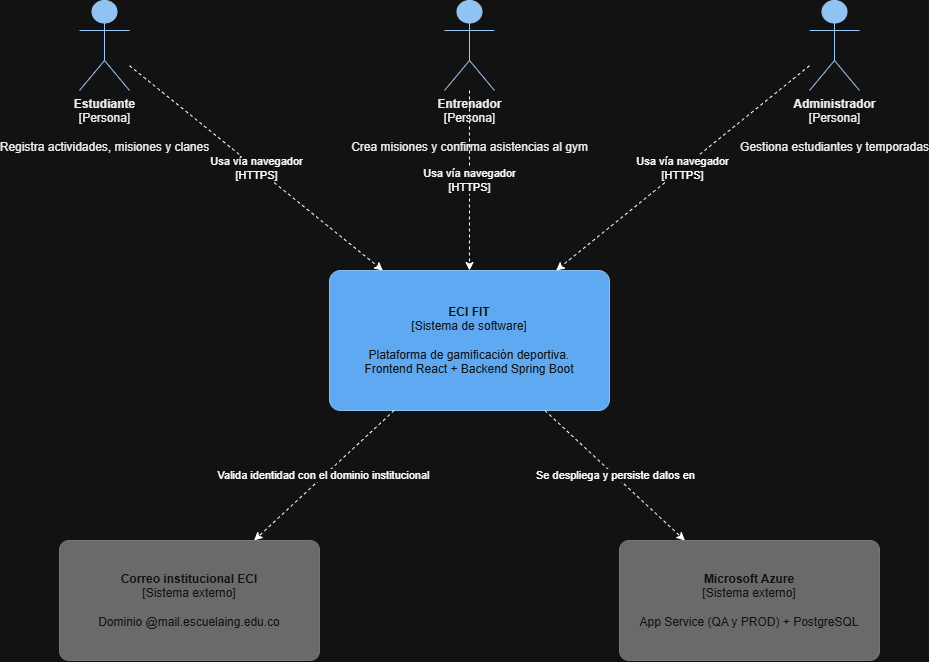
Before: docs/diagramas/contexto-c4.png, a diagram exported from draw.io (ECI-FIT/ecifit-backend). Source tidied: cells renumbered, new cells last; positions are measured from the earlier drawing's top-left corner, leaving out a move shared by most shapes. The source it was exported from:
```xml
<mxGraphModel>
  <root>
    <mxCell id="0" />
    <mxCell id="1" parent="0" />
    <mxCell id="2" value="&lt;b&gt;Estudiante&lt;/b&gt;&lt;br&gt;[Persona]&lt;br&gt;&lt;br&gt;Registra actividades, misiones y clanes" style="shape=umlActor;verticalLabelPosition=bottom;verticalAlign=top;html=1;fillColor=#08427b;strokeColor=#073b6f;fontColor=#000000;" parent="1" vertex="1">
      <mxGeometry x="20" width="50" height="90" as="geometry" />
    </mxCell>
    <mxCell id="3" value="&lt;b&gt;Entrenador&lt;/b&gt;&lt;br&gt;[Persona]&lt;br&gt;&lt;br&gt;Crea misiones y confirma asistencias al gym" style="shape=umlActor;verticalLabelPosition=bottom;verticalAlign=top;html=1;fillColor=#08427b;strokeColor=#073b6f;fontColor=#000000;" parent="1" vertex="1">
      <mxGeometry x="385" width="50" height="90" as="geometry" />
    </mxCell>
    <mxCell id="4" value="&lt;b&gt;Administrador&lt;/b&gt;&lt;br&gt;[Persona]&lt;br&gt;&lt;br&gt;Gestiona estudiantes y temporadas" style="shape=umlActor;verticalLabelPosition=bottom;verticalAlign=top;html=1;fillColor=#08427b;strokeColor=#073b6f;fontColor=#000000;" parent="1" vertex="1">
      <mxGeometry x="750" width="50" height="90" as="geometry" />
    </mxCell>
    <mxCell id="5" value="&lt;b&gt;ECI FIT&lt;/b&gt;&lt;br&gt;[Sistema de software]&lt;br&gt;&lt;br&gt;Plataforma de gamificación deportiva.&lt;br&gt;Frontend React + Backend Spring Boot" style="rounded=1;whiteSpace=wrap;html=1;fillColor=#1168bd;strokeColor=#0b4884;fontColor=#ffffff;arcSize=8;" parent="1" vertex="1">
      <mxGeometry x="270" y="270" width="280" height="140" as="geometry" />
    </mxCell>
    <mxCell id="6" value="&lt;b&gt;Correo institucional ECI&lt;/b&gt;&lt;br&gt;[Sistema externo]&lt;br&gt;&lt;br&gt;Dominio @mail.escuelaing.edu.co" style="rounded=1;whiteSpace=wrap;html=1;fillColor=#999999;strokeColor=#8a8a8a;fontColor=#ffffff;arcSize=8;" parent="1" vertex="1">
      <mxGeometry y="540" width="260" height="120" as="geometry" />
    </mxCell>
    <mxCell id="7" value="&lt;b&gt;Microsoft Azure&lt;/b&gt;&lt;br&gt;[Sistema externo]&lt;br&gt;&lt;br&gt;App Service (QA y PROD) + PostgreSQL" style="rounded=1;whiteSpace=wrap;html=1;fillColor=#999999;strokeColor=#8a8a8a;fontColor=#ffffff;arcSize=8;" parent="1" vertex="1">
      <mxGeometry x="560" y="540" width="260" height="120" as="geometry" />
    </mxCell>
    <mxCell id="8" value="Usa vía navegador&lt;br&gt;[HTTPS]" style="endArrow=classic;html=1;rounded=0;dashed=1;" parent="1" edge="1" source="2" target="5">
      <mxGeometry relative="1" as="geometry" />
    </mxCell>
    <mxCell id="9" value="Usa vía navegador&lt;br&gt;[HTTPS]" style="endArrow=classic;html=1;rounded=0;dashed=1;" parent="1" edge="1" source="3" target="5">
      <mxGeometry relative="1" as="geometry" />
    </mxCell>
    <mxCell id="10" value="Usa vía navegador&lt;br&gt;[HTTPS]" style="endArrow=classic;html=1;rounded=0;dashed=1;" parent="1" edge="1" source="4" target="5">
      <mxGeometry relative="1" as="geometry" />
    </mxCell>
    <mxCell id="11" value="Valida identidad con el dominio institucional" style="endArrow=classic;html=1;rounded=0;dashed=1;" parent="1" edge="1" source="5" target="6">
      <mxGeometry relative="1" as="geometry" />
    </mxCell>
    <mxCell id="12" value="Se despliega y persiste datos en" style="endArrow=classic;html=1;rounded=0;dashed=1;" parent="1" edge="1" source="5" target="7">
      <mxGeometry relative="1" as="geometry" />
    </mxCell>
  </root>
</mxGraphModel>
```
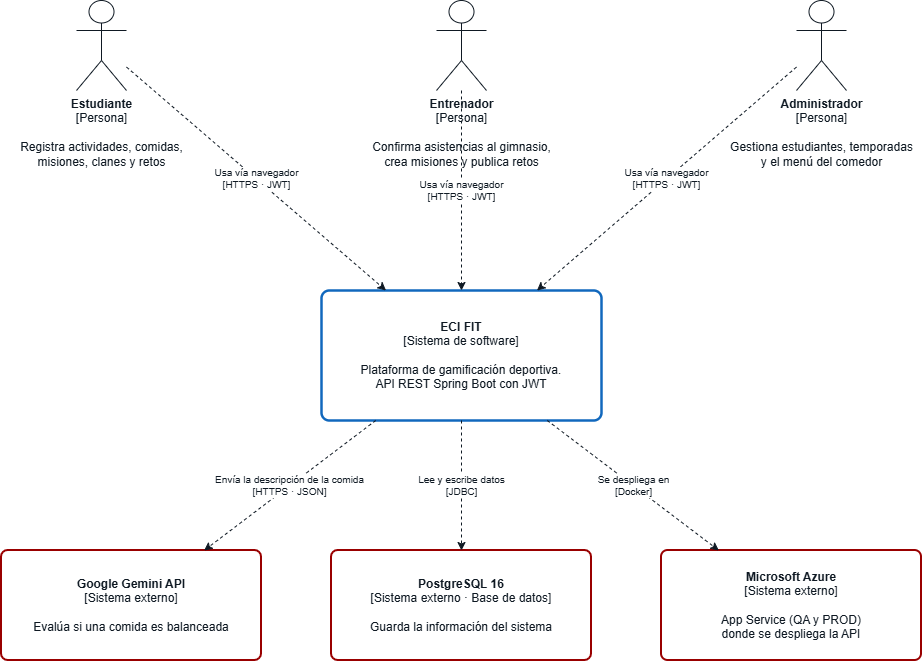
Later version of the same file.

Diff of the diagram source:
```diff
@@ -1,39 +1,45 @@
-<mxGraphModel>
+<mxGraphModel background="#FFFFFF">
   <root>
     <mxCell id="0" />
     <mxCell id="1" parent="0" />
-    <mxCell id="2" value="&lt;b&gt;Estudiante&lt;/b&gt;&lt;br&gt;[Persona]&lt;br&gt;&lt;br&gt;Registra actividades, misiones y clanes" style="shape=umlActor;verticalLabelPosition=bottom;verticalAlign=top;html=1;fillColor=#08427b;strokeColor=#073b6f;fontColor=#000000;" parent="1" vertex="1">
-      <mxGeometry x="20" width="50" height="90" as="geometry" />
-    </mxCell>
-    <mxCell id="3" value="&lt;b&gt;Entrenador&lt;/b&gt;&lt;br&gt;[Persona]&lt;br&gt;&lt;br&gt;Crea misiones y confirma asistencias al gym" style="shape=umlActor;verticalLabelPosition=bottom;verticalAlign=top;html=1;fillColor=#08427b;strokeColor=#073b6f;fontColor=#000000;" parent="1" vertex="1">
-      <mxGeometry x="385" width="50" height="90" as="geometry" />
-    </mxCell>
-    <mxCell id="4" value="&lt;b&gt;Administrador&lt;/b&gt;&lt;br&gt;[Persona]&lt;br&gt;&lt;br&gt;Gestiona estudiantes y temporadas" style="shape=umlActor;verticalLabelPosition=bottom;verticalAlign=top;html=1;fillColor=#08427b;strokeColor=#073b6f;fontColor=#000000;" parent="1" vertex="1">
-      <mxGeometry x="750" width="50" height="90" as="geometry" />
-    </mxCell>
-    <mxCell id="5" value="&lt;b&gt;ECI FIT&lt;/b&gt;&lt;br&gt;[Sistema de software]&lt;br&gt;&lt;br&gt;Plataforma de gamificación deportiva.&lt;br&gt;Frontend React + Backend Spring Boot" style="rounded=1;whiteSpace=wrap;html=1;fillColor=#1168bd;strokeColor=#0b4884;fontColor=#ffffff;arcSize=8;" parent="1" vertex="1">
-      <mxGeometry x="270" y="270" width="280" height="140" as="geometry" />
-    </mxCell>
-    <mxCell id="6" value="&lt;b&gt;Correo institucional ECI&lt;/b&gt;&lt;br&gt;[Sistema externo]&lt;br&gt;&lt;br&gt;Dominio @mail.escuelaing.edu.co" style="rounded=1;whiteSpace=wrap;html=1;fillColor=#999999;strokeColor=#8a8a8a;fontColor=#ffffff;arcSize=8;" parent="1" vertex="1">
-      <mxGeometry y="540" width="260" height="120" as="geometry" />
-    </mxCell>
-    <mxCell id="7" value="&lt;b&gt;Microsoft Azure&lt;/b&gt;&lt;br&gt;[Sistema externo]&lt;br&gt;&lt;br&gt;App Service (QA y PROD) + PostgreSQL" style="rounded=1;whiteSpace=wrap;html=1;fillColor=#999999;strokeColor=#8a8a8a;fontColor=#ffffff;arcSize=8;" parent="1" vertex="1">
-      <mxGeometry x="560" y="540" width="260" height="120" as="geometry" />
-    </mxCell>
-    <mxCell id="8" value="Usa vía navegador&lt;br&gt;[HTTPS]" style="endArrow=classic;html=1;rounded=0;dashed=1;" parent="1" edge="1" source="2" target="5">
-      <mxGeometry relative="1" as="geometry" />
-    </mxCell>
-    <mxCell id="9" value="Usa vía navegador&lt;br&gt;[HTTPS]" style="endArrow=classic;html=1;rounded=0;dashed=1;" parent="1" edge="1" source="3" target="5">
-      <mxGeometry relative="1" as="geometry" />
-    </mxCell>
-    <mxCell id="10" value="Usa vía navegador&lt;br&gt;[HTTPS]" style="endArrow=classic;html=1;rounded=0;dashed=1;" parent="1" edge="1" source="4" target="5">
-      <mxGeometry relative="1" as="geometry" />
-    </mxCell>
-    <mxCell id="11" value="Valida identidad con el dominio institucional" style="endArrow=classic;html=1;rounded=0;dashed=1;" parent="1" edge="1" source="5" target="6">
-      <mxGeometry relative="1" as="geometry" />
-    </mxCell>
-    <mxCell id="12" value="Se despliega y persiste datos en" style="endArrow=classic;html=1;rounded=0;dashed=1;" parent="1" edge="1" source="5" target="7">
-      <mxGeometry relative="1" as="geometry" />
-    </mxCell>
+    <mxCell id="13" value="&lt;b&gt;Estudiante&lt;/b&gt;&lt;br&gt;[Persona]&lt;br&gt;&lt;br&gt;Registra actividades, comidas,&lt;br&gt;misiones, clanes y retos" style="shape=umlActor;verticalLabelPosition=bottom;verticalAlign=top;html=1;outlineConnect=0;fillColor=#FFFFFF;strokeColor=#0F1923;fontColor=#0F1923;fontFamily=Helvetica;" parent="1" vertex="1">
+      <mxGeometry x="730" y="472" width="50" height="90" as="geometry" />
+    </mxCell>
+    <mxCell id="14" value="&lt;b&gt;Entrenador&lt;/b&gt;&lt;br&gt;[Persona]&lt;br&gt;&lt;br&gt;Confirma asistencias al gimnasio,&lt;br&gt;crea misiones y publica retos" style="shape=umlActor;verticalLabelPosition=bottom;verticalAlign=top;html=1;outlineConnect=0;fillColor=#FFFFFF;strokeColor=#0F1923;fontColor=#0F1923;fontFamily=Helvetica;" parent="1" vertex="1">
+      <mxGeometry x="1090" y="472" width="50" height="90" as="geometry" />
+    </mxCell>
+    <mxCell id="15" value="&lt;b&gt;Administrador&lt;/b&gt;&lt;br&gt;[Persona]&lt;br&gt;&lt;br&gt;Gestiona estudiantes, temporadas&lt;br&gt;y el menú del comedor" style="shape=umlActor;verticalLabelPosition=bottom;verticalAlign=top;html=1;outlineConnect=0;fillColor=#FFFFFF;strokeColor=#0F1923;fontColor=#0F1923;fontFamily=Helvetica;" parent="1" vertex="1">
+      <mxGeometry x="1450" y="472" width="50" height="90" as="geometry" />
+    </mxCell>
+    <mxCell id="16" value="&lt;b&gt;ECI FIT&lt;/b&gt;&lt;br&gt;[Sistema de software]&lt;br&gt;&lt;br&gt;Plataforma de gamificación deportiva.&lt;br&gt;API REST Spring Boot con JWT" style="html=1;whiteSpace=wrap;rounded=1;arcSize=6;fillColor=#FFFFFF;strokeColor=#1168BD;strokeWidth=2.5;fontColor=#0F1923;fontFamily=Helvetica;" parent="1" vertex="1">
+      <mxGeometry x="975" y="762" width="280" height="130" as="geometry" />
+    </mxCell>
+    <mxCell id="17" value="&lt;b&gt;Google Gemini API&lt;/b&gt;&lt;br&gt;[Sistema externo]&lt;br&gt;&lt;br&gt;Evalúa si una comida es balanceada" style="html=1;whiteSpace=wrap;rounded=1;arcSize=6;fillColor=#FFFFFF;strokeColor=#990000;strokeWidth=2;fontColor=#0F1923;fontFamily=Helvetica;" parent="1" vertex="1">
+      <mxGeometry x="655" y="1022" width="260" height="110" as="geometry" />
+    </mxCell>
+    <mxCell id="18" value="&lt;b&gt;PostgreSQL 16&lt;/b&gt;&lt;br&gt;[Sistema externo · Base de datos]&lt;br&gt;&lt;br&gt;Guarda la información del sistema" style="html=1;whiteSpace=wrap;rounded=1;arcSize=6;fillColor=#FFFFFF;strokeColor=#990000;strokeWidth=2;fontColor=#0F1923;fontFamily=Helvetica;" parent="1" vertex="1">
+      <mxGeometry x="985" y="1022" width="260" height="110" as="geometry" />
+    </mxCell>
+    <mxCell id="19" value="&lt;b&gt;Microsoft Azure&lt;/b&gt;&lt;br&gt;[Sistema externo]&lt;br&gt;&lt;br&gt;App Service (QA y PROD)&lt;br&gt;donde se despliega la API" style="html=1;whiteSpace=wrap;rounded=1;arcSize=6;fillColor=#FFFFFF;strokeColor=#990000;strokeWidth=2;fontColor=#0F1923;fontFamily=Helvetica;" parent="1" vertex="1">
+      <mxGeometry x="1315" y="1022" width="260" height="110" as="geometry" />
+    </mxCell>
+    <mxCell id="20" value="Usa vía navegador&lt;br&gt;[HTTPS · JWT]" style="strokeColor=#0F1923;fontColor=#0F1923;fontFamily=Helvetica;fontSize=10;labelBackgroundColor=#FFFFFF;endArrow=classic;html=1;rounded=0;dashed=1;" parent="1" edge="1" source="13" target="16">
+      <mxGeometry relative="1" as="geometry" />
+    </mxCell>
+    <mxCell id="21" value="Usa vía navegador&lt;br&gt;[HTTPS · JWT]" style="strokeColor=#0F1923;fontColor=#0F1923;fontFamily=Helvetica;fontSize=10;labelBackgroundColor=#FFFFFF;endArrow=classic;html=1;rounded=0;dashed=1;" parent="1" edge="1" source="14" target="16">
+      <mxGeometry relative="1" as="geometry" />
+    </mxCell>
+    <mxCell id="22" value="Usa vía navegador&lt;br&gt;[HTTPS · JWT]" style="strokeColor=#0F1923;fontColor=#0F1923;fontFamily=Helvetica;fontSize=10;labelBackgroundColor=#FFFFFF;endArrow=classic;html=1;rounded=0;dashed=1;" parent="1" edge="1" source="15" target="16">
+      <mxGeometry relative="1" as="geometry" />
+    </mxCell>
+    <mxCell id="23" value="Envía la descripción de la comida&lt;br&gt;[HTTPS · JSON]" style="strokeColor=#0F1923;fontColor=#0F1923;fontFamily=Helvetica;fontSize=10;labelBackgroundColor=#FFFFFF;endArrow=classic;html=1;rounded=0;dashed=1;" parent="1" edge="1" source="16" target="17">
+      <mxGeometry relative="1" as="geometry" />
+    </mxCell>
+    <mxCell id="24" value="Lee y escribe datos&lt;br&gt;[JDBC]" style="strokeColor=#0F1923;fontColor=#0F1923;fontFamily=Helvetica;fontSize=10;labelBackgroundColor=#FFFFFF;endArrow=classic;html=1;rounded=0;dashed=1;" parent="1" edge="1" source="16" target="18">
+      <mxGeometry relative="1" as="geometry" />
+    </mxCell>
+    <mxCell id="25" value="Se despliega en&lt;br&gt;[Docker]" style="strokeColor=#0F1923;fontColor=#0F1923;fontFamily=Helvetica;fontSize=10;labelBackgroundColor=#FFFFFF;endArrow=classic;html=1;rounded=0;dashed=1;" parent="1" edge="1" source="16" target="19">
+      <mxGeometry relative="1" as="geometry" />
+    </mxCell>
   </root>
 </mxGraphModel>
```
